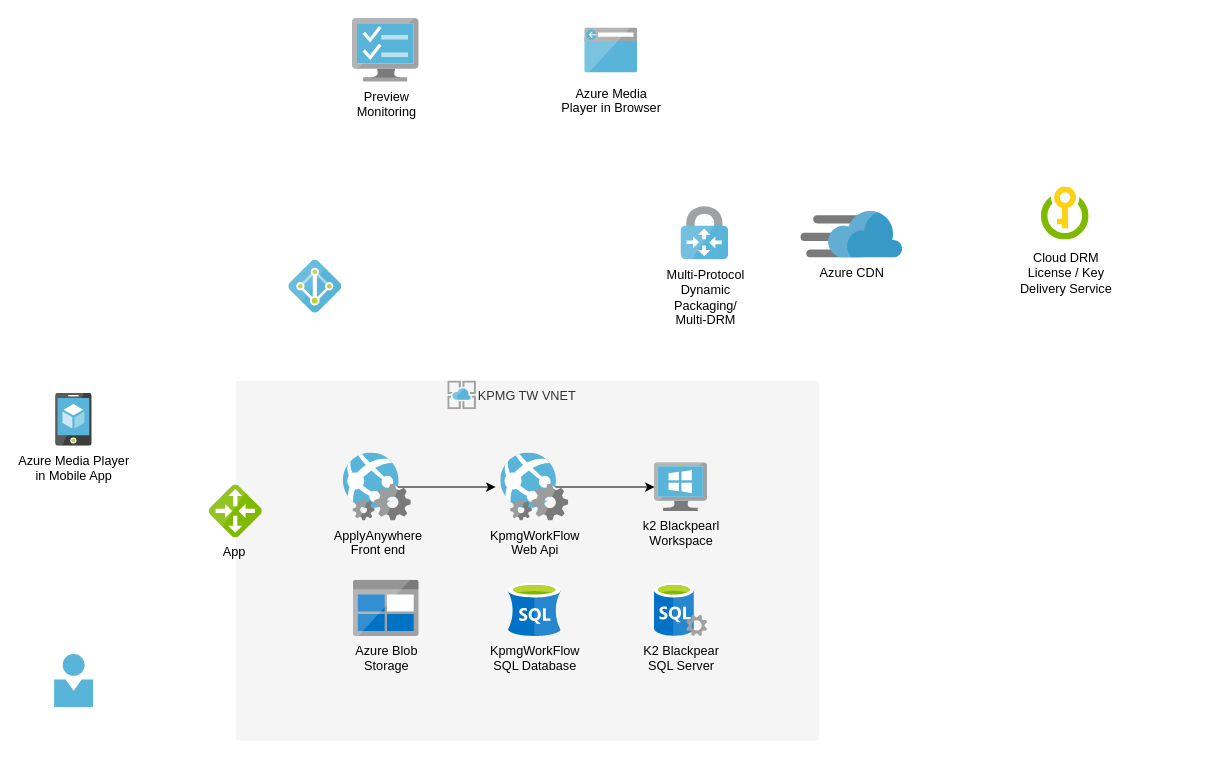
Before: page "Page-1" (1 of 2) of ApplyAnywhereAzureArchitecture.drawio in chadyeh-yc/ApplyAnywhere, a draw.io diagram. Source tidied: cells renumbered, new cells numbered last; positions are measured from the earlier drawing's top-left corner, leaving out a move shared by most shapes. Both pictures are drawn from the tidied source at 106%, with x=0, y=0 at pixel (54, 18).
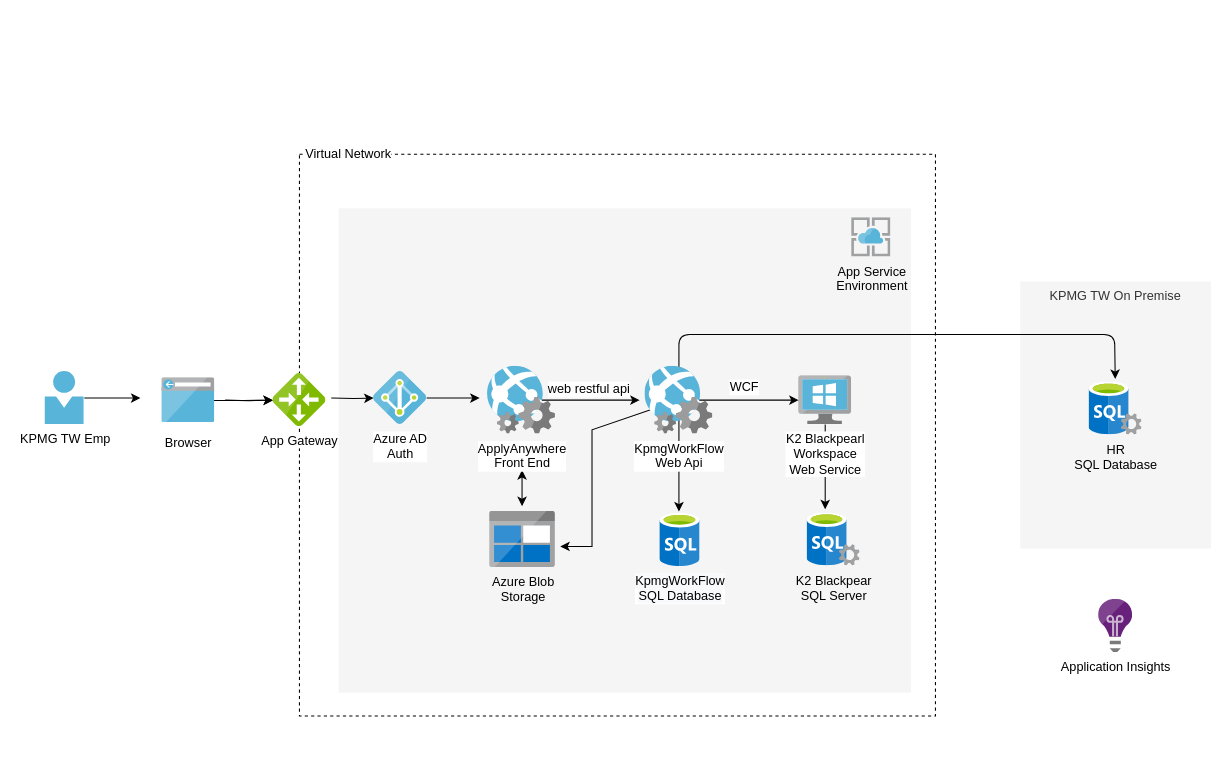
After the change.

Diff of the diagram source:
```diff
@@
+    <mxCell id="21" style="rounded=0;whiteSpace=wrap;html=1;labelBackgroundColor=#ffffff;fillColor=none;dashed=1;" parent="1" vertex="1">
+      <mxGeometry x="231" y="128" width="600" height="530" as="geometry" />
+    </mxCell>
-    <mxCell id="2" value="KPMG TW VNET&lt;br&gt;" style="rounded=0;whiteSpace=wrap;html=1;fillColor=#f5f5f5;strokeColor=none;fontColor=#333333;verticalAlign=top;direction=south;" parent="1" vertex="1">
-      <mxGeometry x="171" y="342" width="550" height="339" as="geometry" />
+    <mxCell id="2" style="rounded=0;whiteSpace=wrap;html=1;fillColor=#f5f5f5;strokeColor=none;fontColor=#333333;verticalAlign=top;direction=south;" parent="1" vertex="1">
+      <mxGeometry x="268" y="179" width="540" height="457" as="geometry" />
     </mxCell>
-    <mxCell id="3" value="Preview&lt;br&gt;Monitoring&lt;br&gt;" style="html=1;perimeter=none;align=center;shadow=0;dashed=0;image;fontSize=12;image=img/lib/mscae/TaskVM.svg;" parent="1" vertex="1">
-      <mxGeometry x="281" width="63" height="60" as="geometry" />
-    </mxCell>
@@
+    <mxCell id="22" style="edgeStyle=orthogonalEdgeStyle;rounded=0;orthogonalLoop=1;jettySize=auto;html=1;startArrow=classic;startFill=1;" parent="1" edge="1">
+      <mxGeometry relative="1" as="geometry">
+        <mxPoint x="441" y="426" as="sourcePoint" />
+        <mxPoint x="441" y="460" as="targetPoint" />
+      </mxGeometry>
+    </mxCell>
-    <mxCell id="5" value="ApplyAnywhere&lt;br&gt;Front end" style="html=1;perimeter=none;align=center;shadow=0;dashed=0;image;fontSize=12;image=img/lib/mscae/WebApp_WebJobs.svg;labelBackgroundColor=none;" parent="1" vertex="1">
-      <mxGeometry x="272.5" y="410" width="64" height="64" as="geometry" />
+    <mxCell id="5" value="ApplyAnywhere&lt;br&gt;Front End" style="html=1;perimeter=none;align=center;shadow=0;dashed=0;image;fontSize=12;image=img/lib/mscae/WebApp_WebJobs.svg;labelBackgroundColor=#ffffff;" parent="1" vertex="1">
+      <mxGeometry x="408.5" y="328" width="64" height="64" as="geometry" />
     </mxCell>
-    <mxCell id="6" value="Azure Blob&lt;br&gt;Storage&lt;br&gt;" style="html=1;perimeter=none;align=center;shadow=0;dashed=0;image;fontSize=12;image=img/lib/mscae/BlobBlock.svg;labelBackgroundColor=none;" parent="1" vertex="1">
-      <mxGeometry x="282" y="530" width="62" height="53" as="geometry" />
+    <mxCell id="6" value="Azure Blob&lt;br&gt;Storage&lt;br&gt;" style="html=1;perimeter=none;align=center;shadow=0;dashed=0;image;fontSize=12;image=img/lib/mscae/BlobBlock.svg;labelBackgroundColor=none;direction=east;" parent="1" vertex="1">
+      <mxGeometry x="410.5" y="465" width="62" height="53" as="geometry" />
     </mxCell>
-    <mxCell id="7" value="Multi-Protocol&lt;br&gt;Dynamic &lt;br&gt;Packaging/&lt;br&gt;Multi-DRM&lt;br&gt;" style="html=1;perimeter=none;align=center;shadow=0;dashed=0;image;fontSize=12;image=img/lib/mscae/VPN_Gateway.svg;" parent="1" vertex="1">
-      <mxGeometry x="591" y="177.5" width="45" height="50" as="geometry" />
-    </mxCell>
-    <mxCell id="8" value="Azure CDN" style="html=1;perimeter=none;align=center;shadow=0;dashed=0;image;fontSize=12;image=img/lib/mscae/Content_Delivery_Network.svg;" parent="1" vertex="1">
-      <mxGeometry x="704" y="182" width="96" height="44" as="geometry" />
-    </mxCell>
+    <mxCell id="23" style="edgeStyle=orthogonalEdgeStyle;rounded=0;jettySize=auto;html=1;" parent="1" edge="1" target="34">
+      <mxGeometry relative="1" as="geometry">
+        <mxPoint x="161" y="360" as="sourcePoint" />
+      </mxGeometry>
+    </mxCell>
+    <mxCell id="24" style="edgeStyle=orthogonalEdgeStyle;rounded=0;jettySize=auto;html=1;" parent="1" edge="1" source="9" target="34">
+      <mxGeometry relative="1" as="geometry" />
+    </mxCell>
-    <mxCell id="9" value="Azure Media&lt;br&gt;Player in Browser&lt;br&gt;" style="html=1;perimeter=none;align=center;shadow=0;dashed=0;image;fontSize=12;image=img/lib/mscae/Browser.svg;spacingTop=5;" parent="1" vertex="1">
-      <mxGeometry x="500.2" y="9" width="50" height="42.5" as="geometry" />
+    <mxCell id="9" value="Browser" style="html=1;perimeter=none;align=center;shadow=0;dashed=0;image;fontSize=12;image=img/lib/mscae/Browser.svg;spacingTop=5;" parent="1" vertex="1">
+      <mxGeometry x="101.2" y="339" width="50" height="42.5" as="geometry" />
     </mxCell>
-    <mxCell id="10" value="Azure Media Player&lt;br&gt;in Mobile App&lt;br&gt;" style="html=1;perimeter=none;align=center;shadow=0;dashed=0;image;fontSize=12;image=img/lib/mscae/App_Service_Mobile_App.svg;" parent="1" vertex="1">
-      <mxGeometry x="1" y="353.5" width="34.5" height="50" as="geometry" />
-    </mxCell>
-    <mxCell id="11" value="Cloud DRM&lt;br&gt;License / Key&lt;br&gt;Delivery Service&lt;br&gt;" style="html=1;perimeter=none;align=center;shadow=0;dashed=0;image;fontSize=12;image=img/lib/mscae/KeyVault.svg;spacingTop=3;" parent="1" vertex="1">
-      <mxGeometry x="931" y="159" width="45" height="50" as="geometry" />
-    </mxCell>
+    <mxCell id="25" style="edgeStyle=orthogonalEdgeStyle;rounded=0;jettySize=auto;html=1;" parent="1" edge="1" target="17">
+      <mxGeometry relative="1" as="geometry">
+        <mxPoint x="261" y="358" as="sourcePoint" />
+      </mxGeometry>
+    </mxCell>
+    <mxCell id="26" style="edgeStyle=orthogonalEdgeStyle;rounded=0;jettySize=auto;html=1;" parent="1" edge="1" source="12">
+      <mxGeometry relative="1" as="geometry">
+        <mxPoint x="727" y="463" as="targetPoint" />
+      </mxGeometry>
+    </mxCell>
-    <mxCell id="12" value="k2 Blackpearl&lt;br&gt;Workspace" style="html=1;points=[];align=center;image;fontSize=12;image=img/lib/mscae/VirtualMachineWindows.svg;labelBackgroundColor=none;" parent="1" vertex="1">
-      <mxGeometry x="566" y="419" width="50" height="46" as="geometry" />
+    <mxCell id="12" value="K2 Blackpearl&lt;br&gt;Workspace&lt;br&gt;Web Service" style="html=1;points=[];align=center;image;fontSize=12;image=img/lib/mscae/VirtualMachineWindows.svg;labelBackgroundColor=#ffffff;" parent="1" vertex="1">
+      <mxGeometry x="702" y="337" width="50" height="46" as="geometry" />
     </mxCell>
@@
+    <mxCell id="27" style="edgeStyle=orthogonalEdgeStyle;rounded=0;jettySize=auto;html=1;" parent="1" edge="1" source="14">
+      <mxGeometry relative="1" as="geometry">
+        <mxPoint x="589" y="465" as="targetPoint" />
+      </mxGeometry>
+    </mxCell>
+    <mxCell id="28" style="edgeStyle=orthogonalEdgeStyle;rounded=0;jettySize=auto;html=1;entryX=1.073;entryY=0.623;entryDx=0;entryDy=0;entryPerimeter=0;startArrow=classic;startFill=1;" parent="1" edge="1" source="14" target="6">
+      <mxGeometry relative="1" as="geometry">
+        <Array as="points">
+          <mxPoint x="507" y="388" />
+          <mxPoint x="507" y="498" />
+        </Array>
+      </mxGeometry>
+    </mxCell>
+    <mxCell id="15" value="K2 Blackpear&lt;br&gt;SQL Server" style="html=1;align=center;image;fontSize=12;image=img/lib/mscae/SQL_Servers.svg;labelBackgroundColor=none;" parent="1" vertex="1">
+      <mxGeometry x="710" y="466.5" width="50" height="50" as="geometry" />
+    </mxCell>
+    <mxCell id="29" style="edgeStyle=orthogonalEdgeStyle;rounded=0;jettySize=auto;html=1;" parent="1" edge="1" source="17">
+      <mxGeometry relative="1" as="geometry">
+        <mxPoint x="401" y="358" as="targetPoint" />
+      </mxGeometry>
+    </mxCell>
+    <mxCell id="17" value="Azure AD&lt;br&gt;Auth" style="html=1;points=[];align=center;image;fontSize=12;image=img/lib/mscae/Active_Directory.svg;labelBackgroundColor=#ffffff;" parent="1" vertex="1">
+      <mxGeometry x="301" y="333" width="50" height="50" as="geometry" />
+    </mxCell>
+    <mxCell id="30" style="edgeStyle=orthogonalEdgeStyle;rounded=0;jettySize=auto;html=1;" parent="1" edge="1" source="18">
+      <mxGeometry relative="1" as="geometry">
+        <mxPoint x="81" y="358" as="targetPoint" />
+      </mxGeometry>
+    </mxCell>
+    <mxCell id="18" value="KPMG TW Emp" style="html=1;points=[];align=center;image;fontSize=12;image=img/lib/mscae/Person.svg;labelBackgroundColor=none;" parent="1" vertex="1">
+      <mxGeometry x="-9" y="333" width="37" height="50" as="geometry" />
+    </mxCell>
+    <mxCell id="20" value="App Service&lt;br&gt;Environment" style="html=1;align=center;image;fontSize=12;image=img/lib/mscae/App_Service.svg;labelBackgroundColor=none;" parent="1" vertex="1">
+      <mxGeometry x="752" y="188" width="37" height="37" as="geometry" />
+    </mxCell>
+    <mxCell id="31" value="KPMG TW On Premise" style="rounded=0;whiteSpace=wrap;html=1;fillColor=#f5f5f5;strokeColor=none;fontColor=#333333;verticalAlign=top;direction=south;" parent="1" vertex="1">
+      <mxGeometry x="911" y="248" width="180" height="252" as="geometry" />
+    </mxCell>
+    <mxCell id="32" value="WCF" style="text;html=1;strokeColor=none;fillColor=none;align=center;verticalAlign=middle;whiteSpace=wrap;rounded=0;labelBackgroundColor=#ffffff;" parent="1" vertex="1">
+      <mxGeometry x="631" y="338" width="40" height="20" as="geometry" />
+    </mxCell>
+    <mxCell id="33" value="web restful api" style="text;html=1;strokeColor=none;fillColor=none;align=center;verticalAlign=middle;whiteSpace=wrap;rounded=0;labelBackgroundColor=#ffffff;" parent="1" vertex="1">
+      <mxGeometry x="459" y="340" width="91" height="20" as="geometry" />
+    </mxCell>
+    <mxCell id="34" value="App Gateway" style="html=1;points=[];align=center;image;fontSize=12;image=img/lib/mscae/Local_Network_Gateways.svg;dashed=1;labelBackgroundColor=#ffffff;fillColor=none;" parent="1" vertex="1">
+      <mxGeometry x="206" y="335" width="50" height="50" as="geometry" />
+    </mxCell>
+    <mxCell id="35" value="Virtual Network" style="text;html=1;strokeColor=none;fillColor=none;align=center;verticalAlign=middle;whiteSpace=wrap;rounded=0;dashed=1;labelBackgroundColor=#ffffff;" parent="1" vertex="1">
+      <mxGeometry x="231" y="118" width="93" height="20" as="geometry" />
+    </mxCell>
+    <mxCell id="36" style="endArrow=classic;html=1;" parent="1" edge="1" source="14">
+      <mxGeometry relative="1" as="geometry">
+        <mxPoint x="1000.6" y="340" as="targetPoint" />
+        <Array as="points">
+          <mxPoint x="589" y="298" />
+          <mxPoint x="1000" y="298" />
+        </Array>
+      </mxGeometry>
+    </mxCell>
-    <mxCell id="14" value="KpmgWorkFlow&lt;br&gt;Web Api" style="html=1;perimeter=none;align=center;shadow=0;dashed=0;image;fontSize=12;image=img/lib/mscae/WebApp_WebJobs.svg;labelBackgroundColor=none;" parent="1" vertex="1">
-      <mxGeometry x="421" y="410" width="64" height="64" as="geometry" />
+    <mxCell id="14" value="KpmgWorkFlow&lt;br&gt;Web Api" style="html=1;perimeter=none;align=center;shadow=0;dashed=0;image;fontSize=12;image=img/lib/mscae/WebApp_WebJobs.svg;labelBackgroundColor=#ffffff;" parent="1" vertex="1">
+      <mxGeometry x="557" y="328" width="64" height="64" as="geometry" />
     </mxCell>
-    <mxCell id="15" value="K2 Blackpear&lt;br&gt;SQL Server" style="html=1;align=center;image;fontSize=12;image=img/lib/mscae/SQL_Servers.svg;labelBackgroundColor=none;" parent="1" vertex="1">
-      <mxGeometry x="566" y="533" width="50" height="50" as="geometry" />
-    </mxCell>
+    <mxCell id="37" value="Application Insights" style="html=1;align=center;image;fontSize=12;image=img/lib/mscae/Application_Insights.svg;dashed=1;labelBackgroundColor=#ffffff;fillColor=none;" parent="1" vertex="1">
+      <mxGeometry x="985" y="548" width="32" height="50" as="geometry" />
+    </mxCell>
-    <mxCell id="16" value="KpmgWorkFlow&lt;br&gt;SQL Database" style="html=1;align=center;image;fontSize=12;image=img/lib/mscae/dep/SQL_Server_Stretch_DB.svg;labelBackgroundColor=none;" parent="1" vertex="1">
-      <mxGeometry x="428" y="533" width="50" height="50" as="geometry" />
+    <mxCell id="16" value="&lt;span style=&quot;background-color: rgb(248 , 249 , 250)&quot;&gt;KpmgWorkFlow&lt;/span&gt;&lt;br style=&quot;background-color: rgb(248 , 249 , 250)&quot;&gt;&lt;span style=&quot;background-color: rgb(248 , 249 , 250)&quot;&gt;SQL Database&lt;/span&gt;" style="html=1;align=center;image;fontSize=12;image=img/lib/mscae/SQL_Database_generic.svg;dashed=1;labelBackgroundColor=#ffffff;fillColor=none;" parent="1" vertex="1">
+      <mxGeometry x="571" y="467" width="38" height="50" as="geometry" />
     </mxCell>
-    <mxCell id="17" style="html=1;points=[];align=center;image;fontSize=12;image=img/lib/mscae/Active_Directory.svg;labelBackgroundColor=none;" parent="1" vertex="1">
-      <mxGeometry x="221" y="228" width="50" height="50" as="geometry" />
-    </mxCell>
-    <mxCell id="18" style="html=1;points=[];align=center;image;fontSize=12;image=img/lib/mscae/Person.svg;labelBackgroundColor=none;" parent="1" vertex="1">
-      <mxGeometry y="600" width="37" height="50" as="geometry" />
-    </mxCell>
-    <mxCell id="19" value="App&amp;nbsp;" style="html=1;align=center;image;fontSize=12;image=img/lib/mscae/Local_Network_Gateways.svg;labelBackgroundColor=none;" parent="1" vertex="1">
-      <mxGeometry x="146" y="440" width="50" height="50" as="geometry" />
-    </mxCell>
-    <mxCell id="20" style="html=1;align=center;image;fontSize=12;image=img/lib/mscae/App_Service.svg;labelBackgroundColor=none;" parent="1" vertex="1">
-      <mxGeometry x="371" y="342" width="27" height="27" as="geometry" />
-    </mxCell>
+    <mxCell id="38" value="HR&lt;br&gt;SQL Database" style="html=1;align=center;image;fontSize=12;image=img/lib/mscae/SQL_Servers.svg;labelBackgroundColor=none;" parent="1" vertex="1">
+      <mxGeometry x="976" y="343" width="50" height="50" as="geometry" />
+    </mxCell>
```
